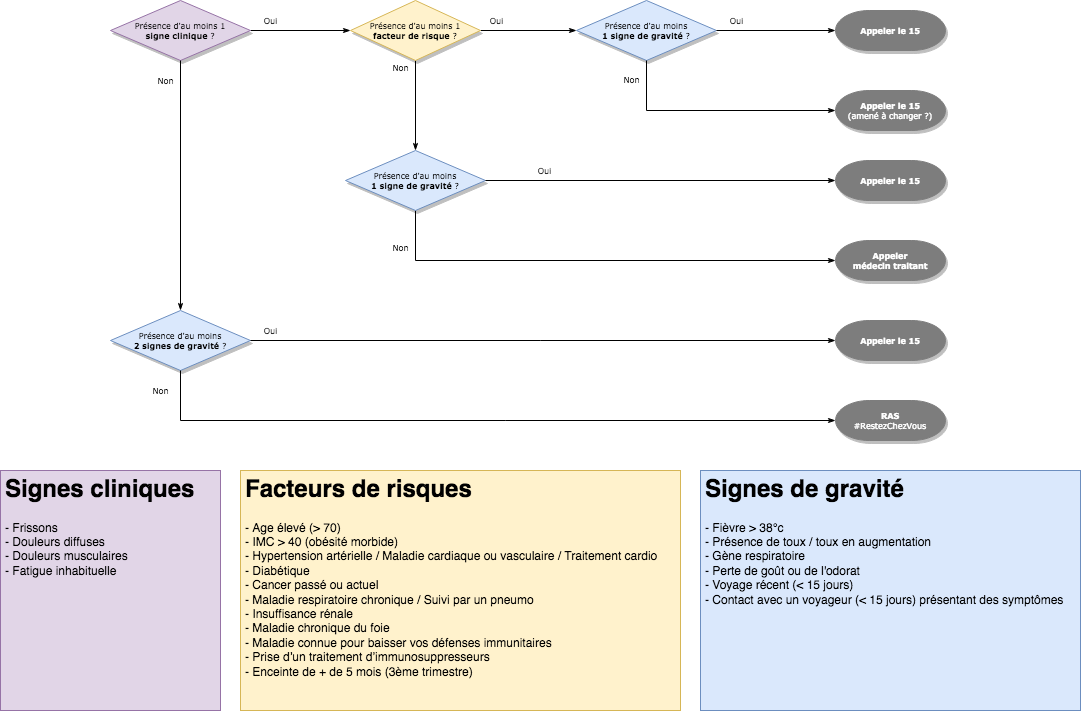
This is doc/COVIDiag.nc-ModeCategories-ArbreDecision.png from NCITNoumea/COVIDiag.nc, a draw.io export, as it was before one commit. Source tidied: cells renumbered, new cells last; positions are measured from the earlier drawing's top-left corner, leaving out a move shared by most shapes. The source it was exported from:
```xml
<mxGraphModel background="#ffffff">
  <root>
    <mxCell id="0" />
    <mxCell id="1" parent="0" />
    <mxCell id="2" value="Oui" style="edgeStyle=orthogonalEdgeStyle;rounded=0;html=1;labelBackgroundColor=none;startSize=5;endArrow=classicThin;endFill=1;endSize=5;jettySize=auto;strokeWidth=1;fontFamily=Verdana;fontSize=8;entryX=0;entryY=0.5;entryDx=0;entryDy=0;" parent="1" edge="1" source="3" target="13">
      <mxGeometry x="-0.6" y="10" relative="1" as="geometry" />
    </mxCell>
    <mxCell id="3" value="&lt;div&gt;Présence d'au moins 1 &lt;b&gt;&lt;br&gt;&lt;/b&gt;&lt;/div&gt;&lt;div&gt;&lt;b&gt;signe clinique &lt;/b&gt;?&lt;/div&gt;" style="rhombus;whiteSpace=wrap;html=1;rounded=0;shadow=1;labelBackgroundColor=none;strokeWidth=1;fontFamily=Verdana;fontSize=8;align=center;fillColor=#e1d5e7;strokeColor=#9673a6;" parent="1" vertex="1">
      <mxGeometry x="110" width="140" height="60" as="geometry" />
    </mxCell>
    <mxCell id="4" value="Oui" style="edgeStyle=orthogonalEdgeStyle;rounded=0;html=1;labelBackgroundColor=none;startSize=5;endArrow=classicThin;endFill=1;endSize=5;jettySize=auto;strokeWidth=1;fontFamily=Verdana;fontSize=8;entryX=0;entryY=0.5;entryDx=0;entryDy=0;" parent="1" edge="1" target="14">
      <mxGeometry x="-0.67" y="10" relative="1" as="geometry">
        <mxPoint x="480" y="30" as="sourcePoint" />
      </mxGeometry>
    </mxCell>
    <mxCell id="5" value="&lt;div&gt;Non&lt;/div&gt;" style="edgeStyle=orthogonalEdgeStyle;rounded=0;html=1;labelBackgroundColor=none;startSize=5;endArrow=classicThin;endFill=1;endSize=5;jettySize=auto;strokeWidth=1;fontFamily=Verdana;fontSize=8;exitX=0.5;exitY=1;exitDx=0;exitDy=0;entryX=0.5;entryY=0;entryDx=0;entryDy=0;" parent="1" edge="1" target="18">
      <mxGeometry x="-0.84" y="-15" relative="1" as="geometry">
        <mxPoint x="415" y="60" as="sourcePoint" />
      </mxGeometry>
    </mxCell>
    <mxCell id="6" value="&lt;div&gt;Non&lt;/div&gt;" style="edgeStyle=orthogonalEdgeStyle;rounded=0;html=1;labelBackgroundColor=none;startSize=5;endArrow=classicThin;endFill=1;endSize=5;jettySize=auto;strokeWidth=1;fontFamily=Verdana;fontSize=8;exitX=0.5;exitY=1;exitDx=0;exitDy=0;entryX=0;entryY=0.5;entryDx=0;entryDy=0;entryPerimeter=0;" parent="1" edge="1" source="18" target="12">
      <mxGeometry x="-0.84" y="-15" relative="1" as="geometry">
        <Array as="points">
          <mxPoint x="415" y="260" />
        </Array>
      </mxGeometry>
    </mxCell>
    <mxCell id="7" value="&lt;div&gt;Non&lt;/div&gt;" style="edgeStyle=orthogonalEdgeStyle;rounded=0;html=1;labelBackgroundColor=none;startSize=5;endArrow=classicThin;endFill=1;endSize=5;jettySize=auto;strokeWidth=1;fontFamily=Verdana;fontSize=8;exitX=0.5;exitY=1;exitDx=0;exitDy=0;entryX=0.5;entryY=0;entryDx=0;entryDy=0;" parent="1" edge="1" source="3" target="21">
      <mxGeometry x="-0.84" y="-15" relative="1" as="geometry" />
    </mxCell>
    <mxCell id="8" value="&lt;b&gt;Appeler le 15&lt;br&gt;&lt;/b&gt;" style="strokeWidth=1;html=1;shape=mxgraph.flowchart.terminator;whiteSpace=wrap;rounded=0;shadow=1;labelBackgroundColor=none;fontFamily=Verdana;fontSize=8;align=center;fillColor=#7D7D7D;strokeColor=#7D7D7D;fontColor=#FFFFFF;" parent="1" vertex="1">
      <mxGeometry x="835" y="10" width="110" height="40" as="geometry" />
    </mxCell>
    <mxCell id="9" value="&lt;h1&gt;Signes de gravité&lt;br&gt;&lt;/h1&gt;&lt;div&gt;- Fièvre &amp;gt; 38°c&lt;/div&gt;&lt;div&gt;- Présence de toux / toux en augmentation&lt;br&gt;&lt;/div&gt;&lt;div&gt;- Gène respiratoire&lt;br&gt;&lt;/div&gt;&lt;div&gt;- Perte de goût ou de l'odorat&lt;/div&gt;&lt;div&gt;- Voyage récent (&amp;lt; 15 jours)&lt;br&gt;&lt;/div&gt;&lt;div&gt;- Contact avec un voyageur (&amp;lt; 15 jours) présentant des symptômes&lt;br&gt;&lt;/div&gt;&lt;p&gt;&lt;br&gt;&lt;/p&gt;&lt;p&gt;&lt;br&gt;&lt;/p&gt;" style="text;html=1;strokeColor=#6c8ebf;fillColor=#dae8fc;spacing=5;spacingTop=-20;whiteSpace=wrap;overflow=hidden;rounded=0;" parent="1" vertex="1">
      <mxGeometry x="700" y="470" width="380" height="240" as="geometry" />
    </mxCell>
    <mxCell id="10" value="&lt;h1&gt;Facteurs de risques&lt;br&gt;&lt;/h1&gt;- Age élevé (&amp;gt; 70)&lt;br&gt;- IMC &amp;gt; 40 (obésité morbide)&lt;br&gt;- Hypertension artérielle / Maladie cardiaque ou vasculaire / Traitement cardio&lt;br&gt;- Diabétique&lt;br&gt;- Cancer passé ou actuel&lt;br&gt;- Maladie respiratoire chronique / Suivi par un pneumo&lt;br&gt;- Insuffisance rénale&lt;br&gt;- Maladie chronique du foie&lt;br&gt;&lt;div&gt;- Maladie connue pour baisser vos défenses immunitaires &lt;br&gt;&lt;/div&gt;&lt;div&gt;- Prise d’un traitement d’immunosuppresseurs&lt;/div&gt;&lt;div&gt;- Enceinte de + de 5 mois (3ème trimestre)&lt;br&gt;&lt;/div&gt;" style="text;html=1;strokeColor=#d6b656;fillColor=#fff2cc;spacing=5;spacingTop=-20;whiteSpace=wrap;overflow=hidden;rounded=0;" parent="1" vertex="1">
      <mxGeometry x="240" y="470" width="440" height="240" as="geometry" />
    </mxCell>
    <mxCell id="11" value="&lt;h1&gt;Signes cliniques&lt;br&gt;&lt;/h1&gt;&lt;div&gt;- Frissons&lt;/div&gt;&lt;div&gt;- Douleurs diffuses&lt;/div&gt;&lt;div&gt;- Douleurs musculaires&lt;/div&gt;&lt;div&gt;- Fatigue inhabituelle&lt;br&gt;&lt;/div&gt;" style="text;html=1;strokeColor=#9673a6;fillColor=#e1d5e7;spacing=5;spacingTop=-20;whiteSpace=wrap;overflow=hidden;rounded=0;" parent="1" vertex="1">
      <mxGeometry y="470" width="220" height="240" as="geometry" />
    </mxCell>
    <mxCell id="12" value="&lt;div&gt;&lt;b&gt;Appeler&lt;br&gt;&lt;/b&gt;&lt;/div&gt;&lt;div&gt;&lt;b&gt;médecin traitant&lt;/b&gt;&lt;/div&gt;" style="strokeWidth=1;html=1;shape=mxgraph.flowchart.terminator;whiteSpace=wrap;rounded=0;shadow=1;labelBackgroundColor=none;fontFamily=Verdana;fontSize=8;align=center;fillColor=#7D7D7D;strokeColor=#7D7D7D;fontColor=#FFFFFF;" parent="1" vertex="1">
      <mxGeometry x="835" y="240" width="110" height="40" as="geometry" />
    </mxCell>
    <mxCell id="13" value="&lt;div&gt;Présence d'au moins 1 &lt;br&gt;&lt;/div&gt;&lt;div&gt;&lt;b&gt;facteur de risque&lt;/b&gt; ? &lt;br&gt;&lt;/div&gt;" style="rhombus;whiteSpace=wrap;html=1;rounded=0;shadow=1;labelBackgroundColor=none;strokeWidth=1;fontFamily=Verdana;fontSize=8;align=center;fillColor=#fff2cc;strokeColor=#d6b656;" parent="1" vertex="1">
      <mxGeometry x="350" width="130" height="60" as="geometry" />
    </mxCell>
    <mxCell id="14" value="&lt;div&gt;Présence d'au moins &lt;br&gt;&lt;/div&gt;&lt;div&gt;&lt;b&gt;1 &lt;/b&gt;&lt;b&gt;signe de gravité&lt;/b&gt; ?&lt;/div&gt;" style="rhombus;whiteSpace=wrap;html=1;rounded=0;shadow=1;labelBackgroundColor=none;strokeWidth=1;fontFamily=Verdana;fontSize=8;align=center;fillColor=#dae8fc;strokeColor=#6c8ebf;" parent="1" vertex="1">
      <mxGeometry x="576" width="140" height="60" as="geometry" />
    </mxCell>
    <mxCell id="15" value="Oui" style="edgeStyle=orthogonalEdgeStyle;rounded=0;html=1;labelBackgroundColor=none;startSize=5;endArrow=classicThin;endFill=1;endSize=5;jettySize=auto;strokeWidth=1;fontFamily=Verdana;fontSize=8;entryX=0;entryY=0.5;entryDx=0;entryDy=0;exitX=1;exitY=0.5;exitDx=0;exitDy=0;entryPerimeter=0;" parent="1" edge="1" source="14" target="8">
      <mxGeometry x="-0.67" y="10" relative="1" as="geometry" />
    </mxCell>
    <mxCell id="16" value="&lt;div&gt;&lt;b&gt;Appeler le 15&lt;/b&gt;&lt;/div&gt;&lt;div&gt;(amené à changer ?)&lt;b&gt;&lt;br&gt;&lt;/b&gt;&lt;/div&gt;" style="strokeWidth=1;html=1;shape=mxgraph.flowchart.terminator;whiteSpace=wrap;rounded=0;shadow=1;labelBackgroundColor=none;fontFamily=Verdana;fontSize=8;align=center;fillColor=#7D7D7D;strokeColor=#7D7D7D;fontColor=#FFFFFF;" parent="1" vertex="1">
      <mxGeometry x="835" y="90" width="110" height="40" as="geometry" />
    </mxCell>
    <mxCell id="17" value="&lt;div&gt;Non&lt;/div&gt;" style="edgeStyle=orthogonalEdgeStyle;rounded=0;html=1;labelBackgroundColor=none;startSize=5;endArrow=classicThin;endFill=1;endSize=5;jettySize=auto;strokeWidth=1;fontFamily=Verdana;fontSize=8;exitX=0.5;exitY=1;exitDx=0;exitDy=0;entryX=0;entryY=0.5;entryDx=0;entryDy=0;entryPerimeter=0;" parent="1" edge="1" source="14" target="16">
      <mxGeometry x="-0.84" y="-15" relative="1" as="geometry" />
    </mxCell>
    <mxCell id="18" value="&lt;div&gt;Présence d'au moins &lt;br&gt;&lt;/div&gt;&lt;div&gt;&lt;b&gt;1 &lt;/b&gt;&lt;b&gt;signe de gravité&lt;/b&gt; ?&lt;/div&gt;" style="rhombus;whiteSpace=wrap;html=1;rounded=0;shadow=1;labelBackgroundColor=none;strokeWidth=1;fontFamily=Verdana;fontSize=8;align=center;fillColor=#dae8fc;strokeColor=#6c8ebf;" parent="1" vertex="1">
      <mxGeometry x="345" y="150" width="140" height="60" as="geometry" />
    </mxCell>
    <mxCell id="19" value="&lt;div&gt;&lt;b&gt;Appeler le 15&lt;/b&gt;&lt;/div&gt;" style="strokeWidth=1;html=1;shape=mxgraph.flowchart.terminator;whiteSpace=wrap;rounded=0;shadow=1;labelBackgroundColor=none;fontFamily=Verdana;fontSize=8;align=center;fillColor=#7D7D7D;strokeColor=#7D7D7D;fontColor=#FFFFFF;" parent="1" vertex="1">
      <mxGeometry x="835" y="160" width="110" height="40" as="geometry" />
    </mxCell>
    <mxCell id="20" value="Oui" style="edgeStyle=orthogonalEdgeStyle;rounded=0;html=1;labelBackgroundColor=none;startSize=5;endArrow=classicThin;endFill=1;endSize=5;jettySize=auto;strokeWidth=1;fontFamily=Verdana;fontSize=8;entryX=0;entryY=0.5;entryDx=0;entryDy=0;exitX=1;exitY=0.5;exitDx=0;exitDy=0;entryPerimeter=0;" parent="1" edge="1" source="18" target="19">
      <mxGeometry x="-0.67" y="10" relative="1" as="geometry" />
    </mxCell>
    <mxCell id="21" value="&lt;div&gt;Présence d'au moins &lt;br&gt;&lt;/div&gt;&lt;div&gt;&lt;b&gt;2 signes de gravité&lt;/b&gt; ?&lt;/div&gt;" style="rhombus;whiteSpace=wrap;html=1;rounded=0;shadow=1;labelBackgroundColor=none;strokeWidth=1;fontFamily=Verdana;fontSize=8;align=center;fillColor=#dae8fc;strokeColor=#6c8ebf;" parent="1" vertex="1">
      <mxGeometry x="110" y="310" width="140" height="60" as="geometry" />
    </mxCell>
    <mxCell id="22" value="&lt;div&gt;&lt;b&gt;Appeler le 15&lt;/b&gt;&lt;/div&gt;" style="strokeWidth=1;html=1;shape=mxgraph.flowchart.terminator;whiteSpace=wrap;rounded=0;shadow=1;labelBackgroundColor=none;fontFamily=Verdana;fontSize=8;align=center;fillColor=#7D7D7D;strokeColor=#7D7D7D;fontColor=#FFFFFF;" parent="1" vertex="1">
      <mxGeometry x="835" y="320" width="110" height="40" as="geometry" />
    </mxCell>
    <mxCell id="23" value="Oui" style="edgeStyle=orthogonalEdgeStyle;rounded=0;html=1;labelBackgroundColor=none;startSize=5;endArrow=classicThin;endFill=1;endSize=5;jettySize=auto;strokeWidth=1;fontFamily=Verdana;fontSize=8;entryX=0;entryY=0.5;entryDx=0;entryDy=0;exitX=1;exitY=0.5;exitDx=0;exitDy=0;entryPerimeter=0;" parent="1" edge="1" source="21" target="22">
      <mxGeometry x="-0.93" y="10" relative="1" as="geometry" />
    </mxCell>
    <mxCell id="24" value="&lt;div&gt;Non&lt;/div&gt;" style="edgeStyle=orthogonalEdgeStyle;rounded=0;html=1;labelBackgroundColor=none;startSize=5;endArrow=classicThin;endFill=1;endSize=5;jettySize=auto;strokeWidth=1;fontFamily=Verdana;fontSize=8;exitX=0.5;exitY=1;exitDx=0;exitDy=0;entryX=0;entryY=0.5;entryDx=0;entryDy=0;entryPerimeter=0;" parent="1" edge="1" source="21" target="25">
      <mxGeometry x="-0.94" y="-20" relative="1" as="geometry">
        <Array as="points">
          <mxPoint x="180" y="420" />
        </Array>
      </mxGeometry>
    </mxCell>
    <mxCell id="25" value="&lt;div&gt;&lt;b&gt;RAS&lt;/b&gt;&lt;/div&gt;&lt;div&gt;#RestezChezVous&lt;br&gt;&lt;/div&gt;" style="strokeWidth=1;html=1;shape=mxgraph.flowchart.terminator;whiteSpace=wrap;rounded=0;shadow=1;labelBackgroundColor=none;fontFamily=Verdana;fontSize=8;align=center;fillColor=#7D7D7D;strokeColor=#7D7D7D;fontColor=#FFFFFF;" parent="1" vertex="1">
      <mxGeometry x="835" y="400" width="110" height="40" as="geometry" />
    </mxCell>
  </root>
</mxGraphModel>
```
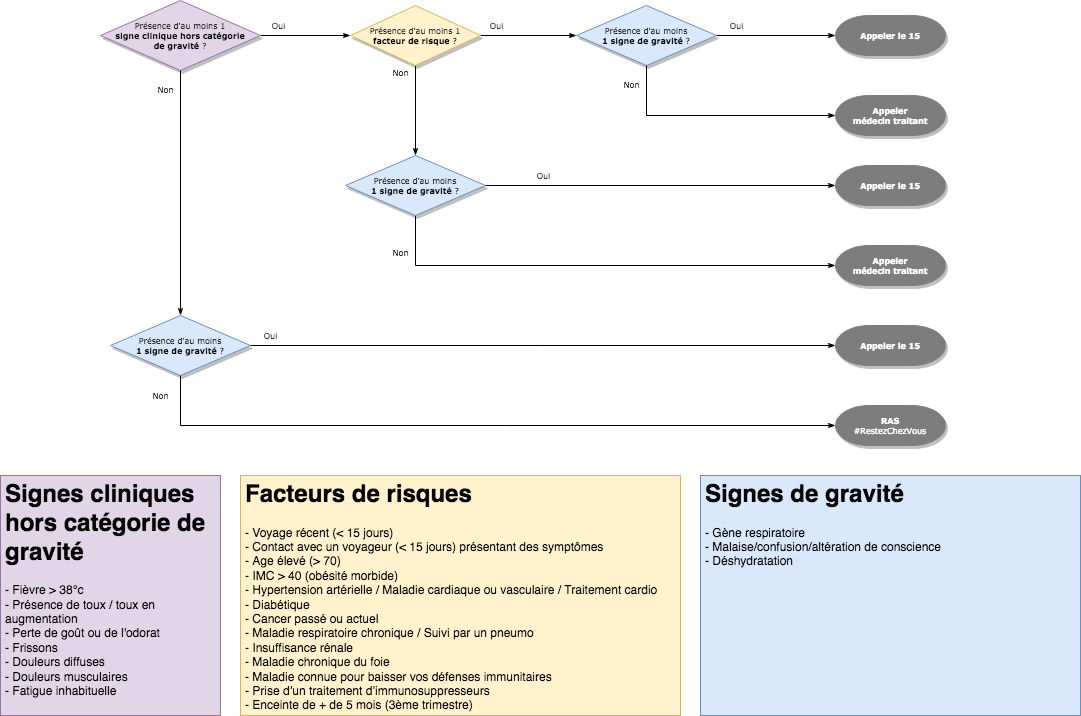
Later version of the same file.

Commit message:
doc: Decision tree diagram updated with doctor

What changed in the source:
```diff
@@ -5,8 +5,8 @@
     <mxCell id="2" value="Oui" style="edgeStyle=orthogonalEdgeStyle;rounded=0;html=1;labelBackgroundColor=none;startSize=5;endArrow=classicThin;endFill=1;endSize=5;jettySize=auto;strokeWidth=1;fontFamily=Verdana;fontSize=8;entryX=0;entryY=0.5;entryDx=0;entryDy=0;" parent="1" edge="1" source="3" target="13">
       <mxGeometry x="-0.6" y="10" relative="1" as="geometry" />
     </mxCell>
-    <mxCell id="3" value="&lt;div&gt;Présence d'au moins 1 &lt;b&gt;&lt;br&gt;&lt;/b&gt;&lt;/div&gt;&lt;div&gt;&lt;b&gt;signe clinique &lt;/b&gt;?&lt;/div&gt;" style="rhombus;whiteSpace=wrap;html=1;rounded=0;shadow=1;labelBackgroundColor=none;strokeWidth=1;fontFamily=Verdana;fontSize=8;align=center;fillColor=#e1d5e7;strokeColor=#9673a6;" parent="1" vertex="1">
-      <mxGeometry x="110" width="140" height="60" as="geometry" />
+    <mxCell id="3" value="&lt;div&gt;Présence d'au moins 1 &lt;b&gt;&lt;br&gt;&lt;/b&gt;&lt;/div&gt;&lt;div&gt;&lt;b&gt;signe clinique hors catégorie &lt;br&gt;&lt;/b&gt;&lt;/div&gt;&lt;div&gt;&lt;b&gt;de gravité &lt;/b&gt;?&lt;/div&gt;" style="rhombus;whiteSpace=wrap;html=1;rounded=0;shadow=1;labelBackgroundColor=none;strokeWidth=1;fontFamily=Verdana;fontSize=8;align=center;fillColor=#e1d5e7;strokeColor=#9673a6;" parent="1" vertex="1">
+      <mxGeometry x="100" y="-5" width="160" height="70" as="geometry" />
     </mxCell>
     <mxCell id="4" value="Oui" style="edgeStyle=orthogonalEdgeStyle;rounded=0;html=1;labelBackgroundColor=none;startSize=5;endArrow=classicThin;endFill=1;endSize=5;jettySize=auto;strokeWidth=1;fontFamily=Verdana;fontSize=8;entryX=0;entryY=0.5;entryDx=0;entryDy=0;" parent="1" edge="1" target="14">
       <mxGeometry x="-0.67" y="10" relative="1" as="geometry">
@@ -31,13 +31,13 @@
     <mxCell id="8" value="&lt;b&gt;Appeler le 15&lt;br&gt;&lt;/b&gt;" style="strokeWidth=1;html=1;shape=mxgraph.flowchart.terminator;whiteSpace=wrap;rounded=0;shadow=1;labelBackgroundColor=none;fontFamily=Verdana;fontSize=8;align=center;fillColor=#7D7D7D;strokeColor=#7D7D7D;fontColor=#FFFFFF;" parent="1" vertex="1">
       <mxGeometry x="835" y="10" width="110" height="40" as="geometry" />
     </mxCell>
-    <mxCell id="9" value="&lt;h1&gt;Signes de gravité&lt;br&gt;&lt;/h1&gt;&lt;div&gt;- Fièvre &amp;gt; 38°c&lt;/div&gt;&lt;div&gt;- Présence de toux / toux en augmentation&lt;br&gt;&lt;/div&gt;&lt;div&gt;- Gène respiratoire&lt;br&gt;&lt;/div&gt;&lt;div&gt;- Perte de goût ou de l'odorat&lt;/div&gt;&lt;div&gt;- Voyage récent (&amp;lt; 15 jours)&lt;br&gt;&lt;/div&gt;&lt;div&gt;- Contact avec un voyageur (&amp;lt; 15 jours) présentant des symptômes&lt;br&gt;&lt;/div&gt;&lt;p&gt;&lt;br&gt;&lt;/p&gt;&lt;p&gt;&lt;br&gt;&lt;/p&gt;" style="text;html=1;strokeColor=#6c8ebf;fillColor=#dae8fc;spacing=5;spacingTop=-20;whiteSpace=wrap;overflow=hidden;rounded=0;" parent="1" vertex="1">
+    <mxCell id="9" value="&lt;h1&gt;Signes de gravité&lt;br&gt;&lt;/h1&gt;&lt;div&gt;- Gène respiratoire&lt;/div&gt;&lt;div&gt;- Malaise/confusion/altération de conscience&lt;/div&gt;&lt;div&gt;-&amp;nbsp;Déshydratation&lt;/div&gt;&lt;br&gt;&lt;p&gt;&lt;br&gt;&lt;/p&gt;" style="text;html=1;strokeColor=#6c8ebf;fillColor=#dae8fc;spacing=5;spacingTop=-20;whiteSpace=wrap;overflow=hidden;rounded=0;" parent="1" vertex="1">
       <mxGeometry x="700" y="470" width="380" height="240" as="geometry" />
     </mxCell>
-    <mxCell id="10" value="&lt;h1&gt;Facteurs de risques&lt;br&gt;&lt;/h1&gt;- Age élevé (&amp;gt; 70)&lt;br&gt;- IMC &amp;gt; 40 (obésité morbide)&lt;br&gt;- Hypertension artérielle / Maladie cardiaque ou vasculaire / Traitement cardio&lt;br&gt;- Diabétique&lt;br&gt;- Cancer passé ou actuel&lt;br&gt;- Maladie respiratoire chronique / Suivi par un pneumo&lt;br&gt;- Insuffisance rénale&lt;br&gt;- Maladie chronique du foie&lt;br&gt;&lt;div&gt;- Maladie connue pour baisser vos défenses immunitaires &lt;br&gt;&lt;/div&gt;&lt;div&gt;- Prise d’un traitement d’immunosuppresseurs&lt;/div&gt;&lt;div&gt;- Enceinte de + de 5 mois (3ème trimestre)&lt;br&gt;&lt;/div&gt;" style="text;html=1;strokeColor=#d6b656;fillColor=#fff2cc;spacing=5;spacingTop=-20;whiteSpace=wrap;overflow=hidden;rounded=0;" parent="1" vertex="1">
+    <mxCell id="10" value="&lt;h1&gt;Facteurs de risques&lt;br&gt;&lt;/h1&gt;&lt;div&gt;&lt;div&gt;- Voyage récent (&amp;lt; 15 jours)&lt;br&gt;&lt;/div&gt;&lt;div&gt;- Contact avec un voyageur (&amp;lt; 15 jours) présentant des symptômes&lt;br&gt;&lt;/div&gt;&lt;/div&gt;&lt;div&gt;- Age élevé (&amp;gt; 70)&lt;/div&gt;- IMC &amp;gt; 40 (obésité morbide)&lt;br&gt;- Hypertension artérielle / Maladie cardiaque ou vasculaire / Traitement cardio&lt;br&gt;- Diabétique&lt;br&gt;- Cancer passé ou actuel&lt;br&gt;- Maladie respiratoire chronique / Suivi par un pneumo&lt;br&gt;- Insuffisance rénale&lt;br&gt;- Maladie chronique du foie&lt;br&gt;&lt;div&gt;- Maladie connue pour baisser vos défenses immunitaires &lt;br&gt;&lt;/div&gt;&lt;div&gt;- Prise d’un traitement d’immunosuppresseurs&lt;/div&gt;&lt;div&gt;- Enceinte de + de 5 mois (3ème trimestre)&lt;br&gt;&lt;/div&gt;" style="text;html=1;strokeColor=#d6b656;fillColor=#fff2cc;spacing=5;spacingTop=-20;whiteSpace=wrap;overflow=hidden;rounded=0;" parent="1" vertex="1">
       <mxGeometry x="240" y="470" width="440" height="240" as="geometry" />
     </mxCell>
-    <mxCell id="11" value="&lt;h1&gt;Signes cliniques&lt;br&gt;&lt;/h1&gt;&lt;div&gt;- Frissons&lt;/div&gt;&lt;div&gt;- Douleurs diffuses&lt;/div&gt;&lt;div&gt;- Douleurs musculaires&lt;/div&gt;&lt;div&gt;- Fatigue inhabituelle&lt;br&gt;&lt;/div&gt;" style="text;html=1;strokeColor=#9673a6;fillColor=#e1d5e7;spacing=5;spacingTop=-20;whiteSpace=wrap;overflow=hidden;rounded=0;" parent="1" vertex="1">
+    <mxCell id="11" value="&lt;h1&gt;Signes cliniques hors catégorie de gravité &lt;br&gt;&lt;/h1&gt;&lt;div&gt;&lt;div&gt;- Fièvre &amp;gt; 38°c&lt;/div&gt;- Présence de toux / toux en augmentation&lt;/div&gt;&lt;div&gt;&lt;div&gt;- Perte de goût ou de l'odorat&lt;/div&gt;&lt;/div&gt;&lt;div&gt;- Frissons&lt;/div&gt;&lt;div&gt;- Douleurs diffuses&lt;/div&gt;&lt;div&gt;- Douleurs musculaires&lt;/div&gt;&lt;div&gt;- Fatigue inhabituelle&lt;br&gt;&lt;/div&gt;" style="text;html=1;strokeColor=#9673a6;fillColor=#e1d5e7;spacing=5;spacingTop=-20;whiteSpace=wrap;overflow=hidden;rounded=0;" parent="1" vertex="1">
       <mxGeometry y="470" width="220" height="240" as="geometry" />
     </mxCell>
     <mxCell id="12" value="&lt;div&gt;&lt;b&gt;Appeler&lt;br&gt;&lt;/b&gt;&lt;/div&gt;&lt;div&gt;&lt;b&gt;médecin traitant&lt;/b&gt;&lt;/div&gt;" style="strokeWidth=1;html=1;shape=mxgraph.flowchart.terminator;whiteSpace=wrap;rounded=0;shadow=1;labelBackgroundColor=none;fontFamily=Verdana;fontSize=8;align=center;fillColor=#7D7D7D;strokeColor=#7D7D7D;fontColor=#FFFFFF;" parent="1" vertex="1">
@@ -52,7 +52,7 @@
     <mxCell id="15" value="Oui" style="edgeStyle=orthogonalEdgeStyle;rounded=0;html=1;labelBackgroundColor=none;startSize=5;endArrow=classicThin;endFill=1;endSize=5;jettySize=auto;strokeWidth=1;fontFamily=Verdana;fontSize=8;entryX=0;entryY=0.5;entryDx=0;entryDy=0;exitX=1;exitY=0.5;exitDx=0;exitDy=0;entryPerimeter=0;" parent="1" edge="1" source="14" target="8">
       <mxGeometry x="-0.67" y="10" relative="1" as="geometry" />
     </mxCell>
-    <mxCell id="16" value="&lt;div&gt;&lt;b&gt;Appeler le 15&lt;/b&gt;&lt;/div&gt;&lt;div&gt;(amené à changer ?)&lt;b&gt;&lt;br&gt;&lt;/b&gt;&lt;/div&gt;" style="strokeWidth=1;html=1;shape=mxgraph.flowchart.terminator;whiteSpace=wrap;rounded=0;shadow=1;labelBackgroundColor=none;fontFamily=Verdana;fontSize=8;align=center;fillColor=#7D7D7D;strokeColor=#7D7D7D;fontColor=#FFFFFF;" parent="1" vertex="1">
+    <mxCell id="16" value="&lt;div&gt;&lt;b&gt;Appeler&lt;br&gt;&lt;/b&gt;&lt;/div&gt;&lt;div&gt;&lt;b&gt;médecin traitant&lt;/b&gt;&lt;/div&gt;" style="strokeWidth=1;html=1;shape=mxgraph.flowchart.terminator;whiteSpace=wrap;rounded=0;shadow=1;labelBackgroundColor=none;fontFamily=Verdana;fontSize=8;align=center;fillColor=#7D7D7D;strokeColor=#7D7D7D;fontColor=#FFFFFF;" parent="1" vertex="1">
       <mxGeometry x="835" y="90" width="110" height="40" as="geometry" />
     </mxCell>
     <mxCell id="17" value="&lt;div&gt;Non&lt;/div&gt;" style="edgeStyle=orthogonalEdgeStyle;rounded=0;html=1;labelBackgroundColor=none;startSize=5;endArrow=classicThin;endFill=1;endSize=5;jettySize=auto;strokeWidth=1;fontFamily=Verdana;fontSize=8;exitX=0.5;exitY=1;exitDx=0;exitDy=0;entryX=0;entryY=0.5;entryDx=0;entryDy=0;entryPerimeter=0;" parent="1" edge="1" source="14" target="16">
@@ -67,7 +67,7 @@
     <mxCell id="20" value="Oui" style="edgeStyle=orthogonalEdgeStyle;rounded=0;html=1;labelBackgroundColor=none;startSize=5;endArrow=classicThin;endFill=1;endSize=5;jettySize=auto;strokeWidth=1;fontFamily=Verdana;fontSize=8;entryX=0;entryY=0.5;entryDx=0;entryDy=0;exitX=1;exitY=0.5;exitDx=0;exitDy=0;entryPerimeter=0;" parent="1" edge="1" source="18" target="19">
       <mxGeometry x="-0.67" y="10" relative="1" as="geometry" />
     </mxCell>
-    <mxCell id="21" value="&lt;div&gt;Présence d'au moins &lt;br&gt;&lt;/div&gt;&lt;div&gt;&lt;b&gt;2 signes de gravité&lt;/b&gt; ?&lt;/div&gt;" style="rhombus;whiteSpace=wrap;html=1;rounded=0;shadow=1;labelBackgroundColor=none;strokeWidth=1;fontFamily=Verdana;fontSize=8;align=center;fillColor=#dae8fc;strokeColor=#6c8ebf;" parent="1" vertex="1">
+    <mxCell id="21" value="&lt;div&gt;Présence d'au moins &lt;br&gt;&lt;/div&gt;&lt;div&gt;&lt;b&gt;1 signe de gravité&lt;/b&gt; ?&lt;/div&gt;" style="rhombus;whiteSpace=wrap;html=1;rounded=0;shadow=1;labelBackgroundColor=none;strokeWidth=1;fontFamily=Verdana;fontSize=8;align=center;fillColor=#dae8fc;strokeColor=#6c8ebf;" parent="1" vertex="1">
       <mxGeometry x="110" y="310" width="140" height="60" as="geometry" />
     </mxCell>
     <mxCell id="22" value="&lt;div&gt;&lt;b&gt;Appeler le 15&lt;/b&gt;&lt;/div&gt;" style="strokeWidth=1;html=1;shape=mxgraph.flowchart.terminator;whiteSpace=wrap;rounded=0;shadow=1;labelBackgroundColor=none;fontFamily=Verdana;fontSize=8;align=center;fillColor=#7D7D7D;strokeColor=#7D7D7D;fontColor=#FFFFFF;" parent="1" vertex="1">
```
